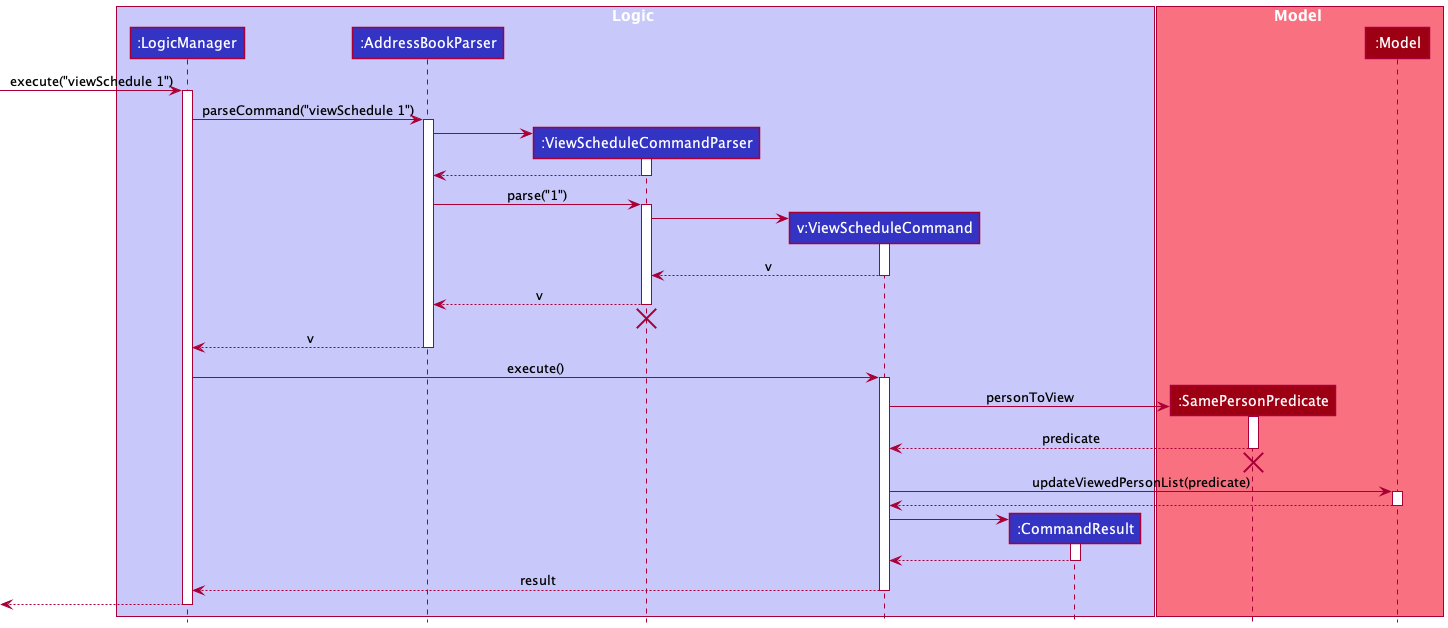
Before: docs/images/ViewScheduleSequenceDiagram.png, a diagram exported from PlantUML (vishandi/tp).
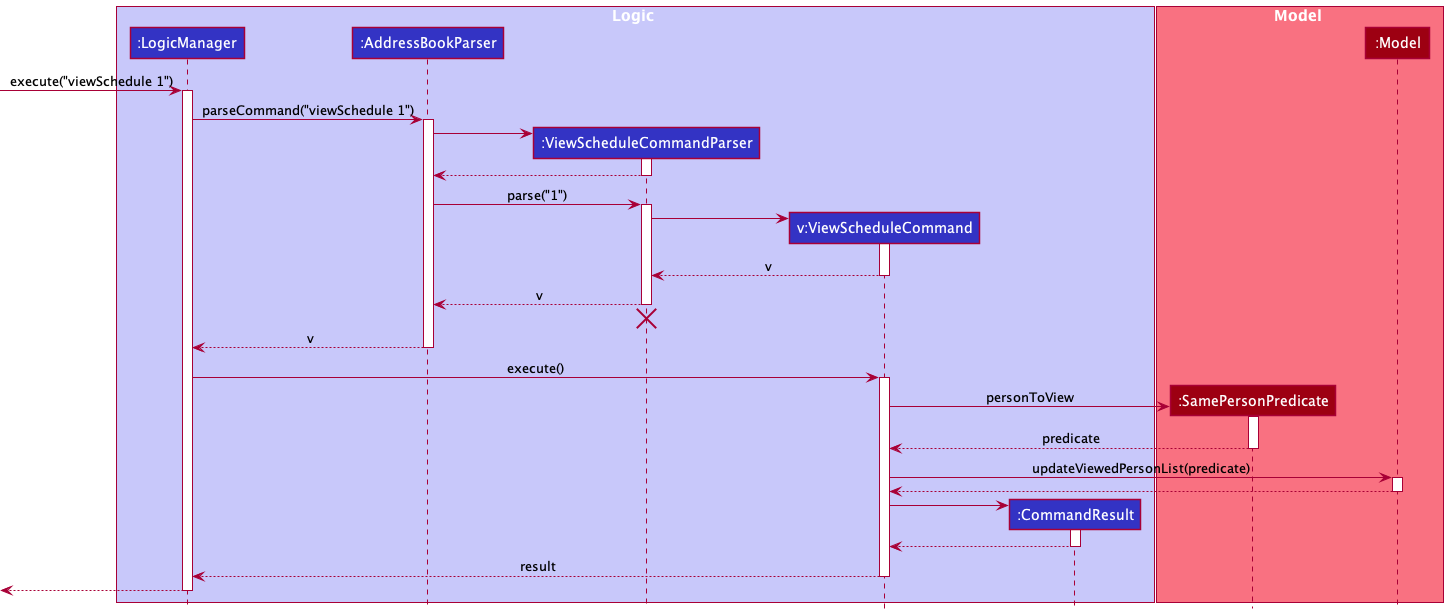
Later version of the same file.

Commit message:
Update DG and Sequence Diagram based on suggestions

What changed in the source:
```diff
@@ -54,8 +54,6 @@
 
 SamePersonPredicate --> ViewScheduleCommand : predicate
 deactivate SamePersonPredicate
-SamePersonPredicate -[hidden]-> ViewScheduleCommand
-destroy SamePersonPredicate
 
 ViewScheduleCommand -> Model : updateViewedPersonList(predicate)
 activate Model
```
